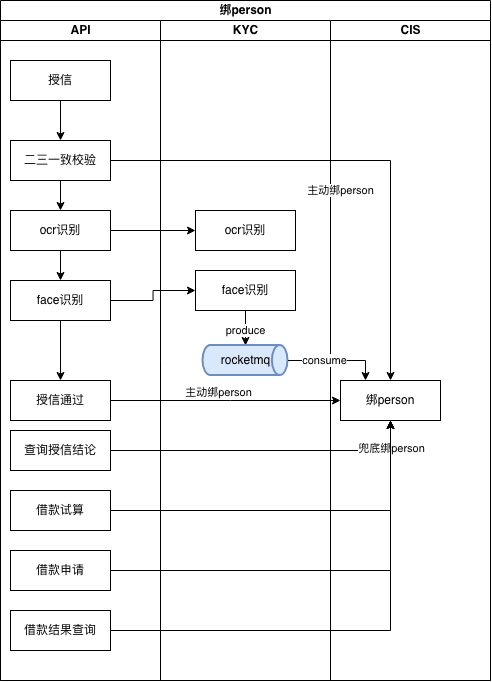
This is 绑person对比图.png from yuanlj-tea/picgo, a draw.io export, as it was before one commit. Source tidied: cells renumbered, new cells last; positions are measured from the earlier drawing's top-left corner, leaving out a move shared by most shapes.
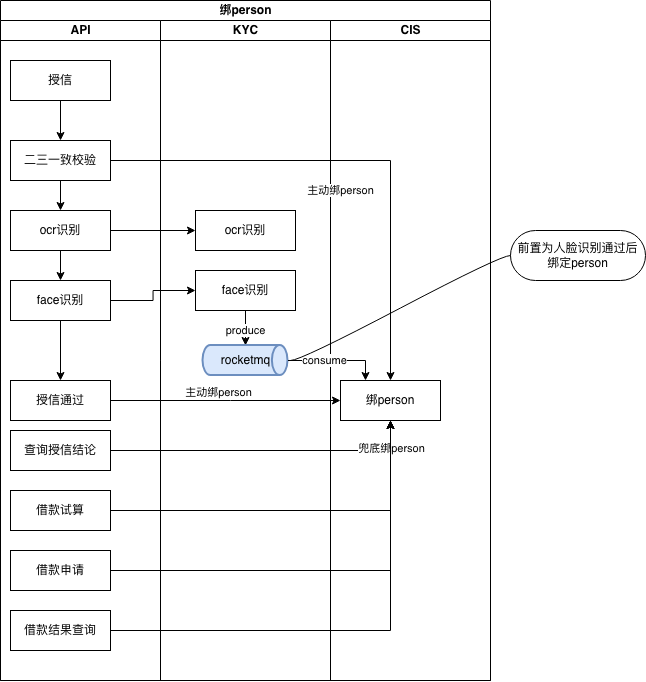
Later version of the same file.

Commit message:
更新绑person对比图.png

What changed in the source:
```diff
@@ -119,5 +119,13 @@
     <mxCell id="37" value="consume" style="edgeLabel;html=1;align=center;verticalAlign=middle;" parent="36" vertex="1">
       <mxGeometry x="-0.25" relative="1" as="geometry" />
     </mxCell>
+    <mxCell id="38" value="前置为人脸识别通过后&lt;br&gt;绑定person" style="whiteSpace=wrap;html=1;rounded=1;arcSize=50;align=center;verticalAlign=middle;strokeWidth=1;spacing=4;newEdgeStyle={&quot;edgeStyle&quot;:&quot;entityRelationEdgeStyle&quot;,&quot;startArrow&quot;:&quot;none&quot;,&quot;endArrow&quot;:&quot;none&quot;,&quot;segment&quot;:10,&quot;curved&quot;:1,&quot;sourcePerimeterSpacing&quot;:0,&quot;targetPerimeterSpacing&quot;:0};" parent="1" vertex="1">
+      <mxGeometry x="510" y="230" width="135" height="50" as="geometry" />
+    </mxCell>
+    <mxCell id="39" style="edgeStyle=entityRelationEdgeStyle;startArrow=none;endArrow=none;segment=10;curved=1;sourcePerimeterSpacing=0;targetPerimeterSpacing=0;rounded=0;" parent="1" edge="1" target="38">
+      <mxGeometry relative="1" as="geometry">
+        <mxPoint x="290" y="360" as="sourcePoint" />
+      </mxGeometry>
+    </mxCell>
   </root>
 </mxGraphModel>
```
